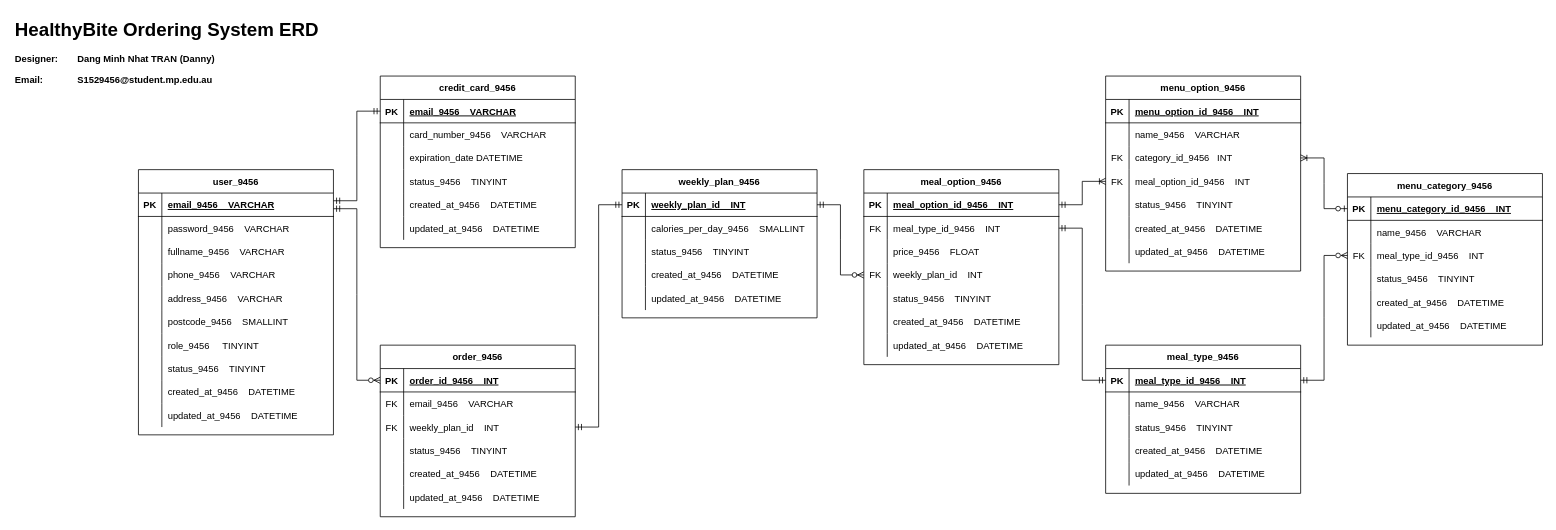
DannyTran3000/er_diagram keeps this draw.io diagram as Untitled Diagram.drawio. Above is the earlier version. Source tidied: cells renumbered, new cells numbered last; positions are measured from the earlier drawing's top-left corner, leaving out a move shared by most shapes. Both pictures are drawn from the tidied source at 78%, with x=0, y=0 at pixel (13, 13).
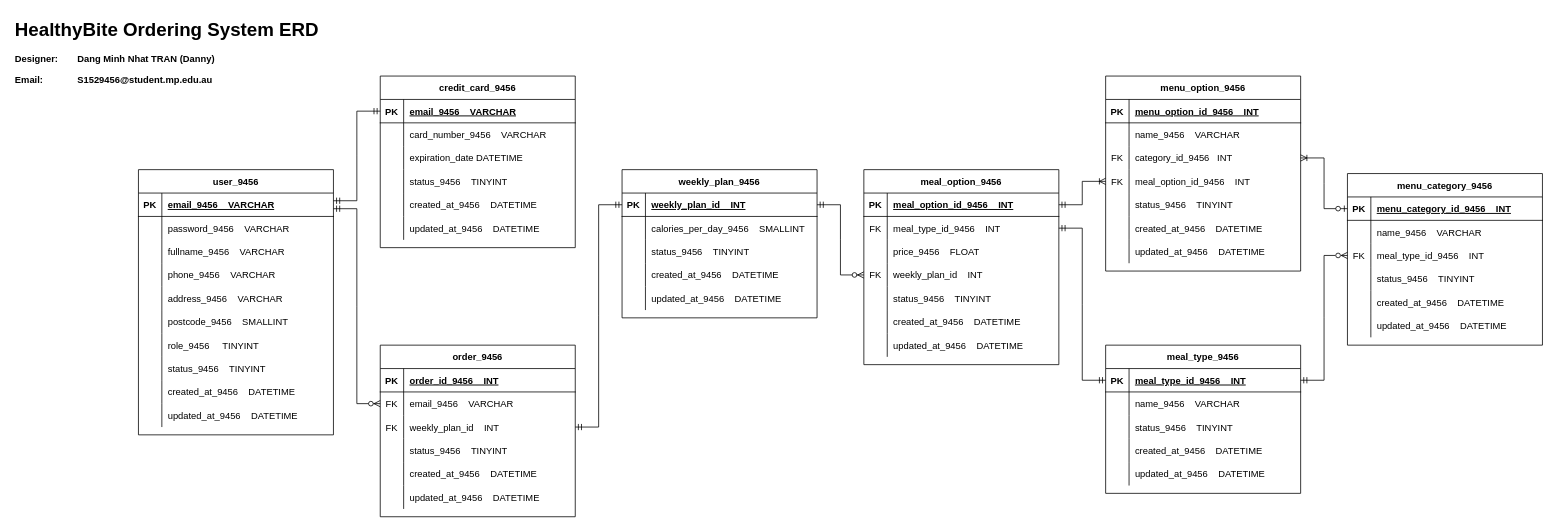
Above is the later version.

The change refers to these unchanged cells:
```xml
<mxCell id="44" style="shape=partialRectangle;fillColor=none;points=[[0,0.5],[1,0.5]];portConstraint=eastwest;top=0;left=0;right=0;bottom=1;" parent="43" vertex="1">
  <mxGeometry y="30" width="250" height="30" as="geometry" />
</mxCell>
<mxCell id="154" style="shape=partialRectangle;fillColor=none;points=[[0,0.5],[1,0.5]];portConstraint=eastwest;top=0;left=0;right=0;bottom=1;" parent="153" vertex="1">
  <mxGeometry y="30" width="250" height="30" as="geometry" />
</mxCell>
```

What changed in the source:
```diff
@@
-    <mxCell id="172" style="edgeStyle=entityRelationEdgeStyle;fontSize=12;html=1;endArrow=ERzeroToMany;endFill=1;rounded=0;entryX=0;entryY=0.5;entryDx=0;entryDy=0;startArrow=ERmandOne;startFill=0;exitX=1;exitY=0.669;exitDx=0;exitDy=0;exitPerimeter=0;" parent="1" edge="1" source="44" target="154">
-      <mxGeometry relative="1" as="geometry" />
+    <mxCell id="172" style="edgeStyle=entityRelationEdgeStyle;fontSize=12;html=1;endArrow=ERzeroToMany;endFill=1;rounded=0;startArrow=ERmandOne;startFill=0;exitX=1;exitY=0.669;exitDx=0;exitDy=0;exitPerimeter=0;" parent="1" edge="1" source="44">
+      <mxGeometry relative="1" as="geometry">
+        <mxPoint x="470" y="500" as="targetPoint" />
+      </mxGeometry>
     </mxCell>
```
